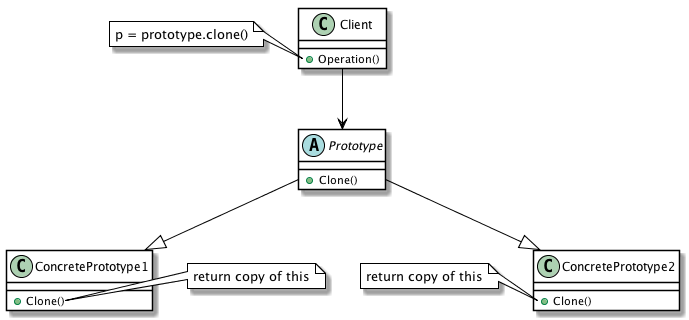
The PlantUML diagram docs/Diagrams/UML/DesignPatterns/Prototype.png in wyrover/Switch, before a commit. Its diagram source:
```plantuml
@startuml

skinparam classBackgroundColor white
skinparam classBorderColor black
skinparam classArrowColor black
skinparam noteBackgroundColor white
skinparam noteBorderColor black


class Client {
  +Operation()
}

note left of Client::Operation
  p = prototype.clone()
end note

abstract Prototype {
  +Clone()
}

class ConcretePrototype1 {
  +Clone()
}

note right of ConcretePrototype1::Clone
  return copy of this
end note

class ConcretePrototype2 {
  +Clone()
}

note left of ConcretePrototype2::Clone
  return copy of this
end note

Client --> Prototype
Prototype --|> ConcretePrototype1
Prototype --|> ConcretePrototype2

@enduml
```
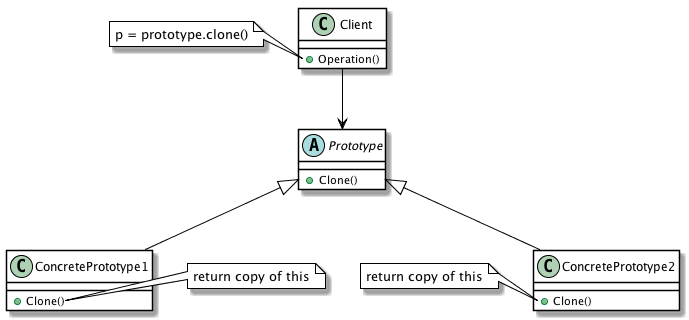
Above is the later version.

The edit, as a diff of the source:
```diff
@@ -36,7 +36,7 @@
 end note
 
 Client --> Prototype
-Prototype --|> ConcretePrototype1
-Prototype --|> ConcretePrototype2
+Prototype <|-- ConcretePrototype1
+Prototype <|-- ConcretePrototype2
 
 @enduml
```
